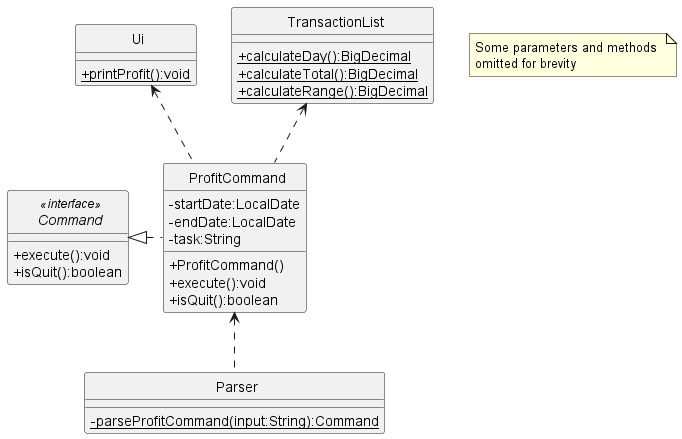
rismm/tp keeps this PlantUML diagram as docs/uml-diagrams/ProfitCommandClass.png. Above is the earlier version. The source it was exported from:
```plantuml
@startuml
skinparam classAttributeIconSize 0
skinparam CircledCharacterFontSize 0
skinparam CircledCharacterRadius 0

interface Command
class Ui
class TransactionList
class ProfitCommand
class Parser

ProfitCommand <.. Parser
Command <|. ProfitCommand
Ui <.. ProfitCommand
TransactionList <.. ProfitCommand


interface Command <<interface>> {
    +execute():void
    +isQuit():boolean
}

class ProfitCommand {
    -startDate:LocalDate
    -endDate:LocalDate
    -task:String
    +ProfitCommand()
    +execute():void
    +isQuit():boolean
}

class Ui {
    {static}+printProfit():void
}

class Parser {
    {static}-parseProfitCommand(input:String):Command
}

class TransactionList {
    {static}+calculateDay():BigDecimal
    {static}+calculateTotal():BigDecimal
    {static}+calculateRange():BigDecimal
}

note "Some parameters and methods \nomitted for brevity" as n1
@enduml
```
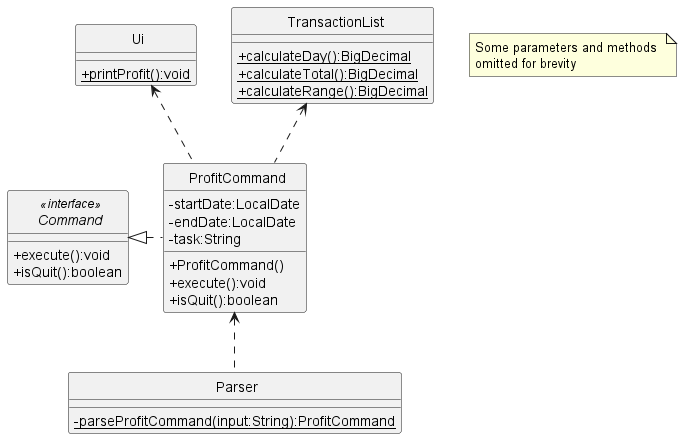
Later version of the same file.

What changed in the source:
```diff
@@ -34,7 +34,7 @@
 }
 
 class Parser {
-    {static}-parseProfitCommand(input:String):Command
+    {static}-parseProfitCommand(input:String):ProfitCommand
 }
 
 class TransactionList {
```
